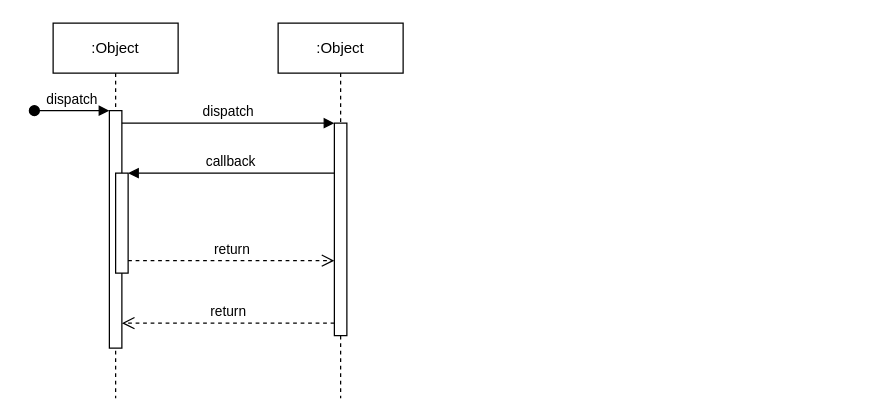
Before: 数据共享顺序图.drawio in MaggieZhao-0711/SimpleBlockChain, a draw.io diagram. Source tidied: cells renumbered, new cells numbered last; positions are measured from the earlier drawing's top-left corner, leaving out a move shared by most shapes. Both pictures are drawn from the tidied source at 125%, with x=0, y=0 at pixel (34, 22).
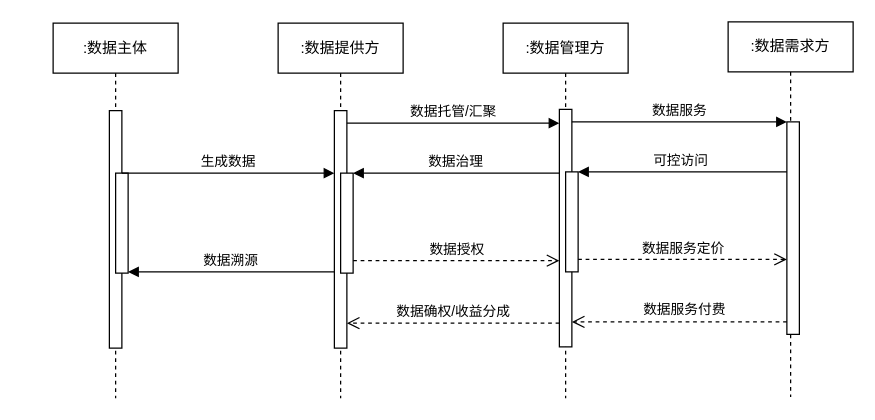
After the change.

Commit message:
更新数据共享顺序图.drawio

Unchanged cells that the change refers to:
```xml
<mxCell id="3" style="html=1;points=[];perimeter=orthogonalPerimeter;outlineConnect=0;targetShapes=umlLifeline;portConstraint=eastwest;newEdgeStyle={&quot;edgeStyle&quot;:&quot;elbowEdgeStyle&quot;,&quot;elbow&quot;:&quot;vertical&quot;,&quot;curved&quot;:0,&quot;rounded&quot;:0};" parent="2" vertex="1">
  <mxGeometry x="45" y="70" width="10" height="190" as="geometry" />
</mxCell>
<mxCell id="5" style="html=1;points=[];perimeter=orthogonalPerimeter;outlineConnect=0;targetShapes=umlLifeline;portConstraint=eastwest;newEdgeStyle={&quot;edgeStyle&quot;:&quot;elbowEdgeStyle&quot;,&quot;elbow&quot;:&quot;vertical&quot;,&quot;curved&quot;:0,&quot;rounded&quot;:0};" parent="2" vertex="1">
  <mxGeometry x="50" y="120" width="10" height="80" as="geometry" />
</mxCell>
```

What changed in the source:
```diff
@@
-    <mxCell id="2" value=":Object" style="shape=umlLifeline;perimeter=lifelinePerimeter;whiteSpace=wrap;html=1;newEdgeStyle={&quot;edgeStyle&quot;:&quot;elbowEdgeStyle&quot;,&quot;elbow&quot;:&quot;vertical&quot;,&quot;curved&quot;:0,&quot;rounded&quot;:0};" parent="1" vertex="1">
+    <mxCell id="2" value=":数据主体" style="shape=umlLifeline;perimeter=lifelinePerimeter;whiteSpace=wrap;html=1;newEdgeStyle={&quot;edgeStyle&quot;:&quot;elbowEdgeStyle&quot;,&quot;elbow&quot;:&quot;vertical&quot;,&quot;curved&quot;:0,&quot;rounded&quot;:0};" parent="1" vertex="1">
       <mxGeometry x="15" width="100" height="300" as="geometry" />
     </mxCell>
@@
-    <mxCell id="4" value="dispatch" style="html=1;verticalAlign=bottom;startArrow=oval;endArrow=block;startSize=8;edgeStyle=elbowEdgeStyle;elbow=vertical;curved=0;rounded=0;" parent="2" edge="1" target="3">
-      <mxGeometry relative="1" as="geometry">
-        <mxPoint x="-15" y="70" as="sourcePoint" />
-      </mxGeometry>
-    </mxCell>
@@
-    <mxCell id="6" value=":Object" style="shape=umlLifeline;perimeter=lifelinePerimeter;whiteSpace=wrap;html=1;newEdgeStyle={&quot;edgeStyle&quot;:&quot;elbowEdgeStyle&quot;,&quot;elbow&quot;:&quot;vertical&quot;,&quot;curved&quot;:0,&quot;rounded&quot;:0};" parent="1" vertex="1">
+    <mxCell id="6" value=":数据提供方" style="shape=umlLifeline;perimeter=lifelinePerimeter;whiteSpace=wrap;html=1;newEdgeStyle={&quot;edgeStyle&quot;:&quot;elbowEdgeStyle&quot;,&quot;elbow&quot;:&quot;vertical&quot;,&quot;curved&quot;:0,&quot;rounded&quot;:0};" parent="1" vertex="1">
       <mxGeometry x="195" width="100" height="300" as="geometry" />
     </mxCell>
-    <mxCell id="7" style="html=1;points=[];perimeter=orthogonalPerimeter;outlineConnect=0;targetShapes=umlLifeline;portConstraint=eastwest;newEdgeStyle={&quot;edgeStyle&quot;:&quot;elbowEdgeStyle&quot;,&quot;elbow&quot;:&quot;vertical&quot;,&quot;curved&quot;:0,&quot;rounded&quot;:0};" parent="6" vertex="1">
-      <mxGeometry x="45" y="80" width="10" height="170" as="geometry" />
-    </mxCell>
-    <mxCell id="8" value="dispatch" style="html=1;verticalAlign=bottom;endArrow=block;edgeStyle=elbowEdgeStyle;elbow=vertical;curved=0;rounded=0;" parent="1" edge="1" source="3" target="7">
+    <mxCell id="8" value="生成数据" style="html=1;verticalAlign=bottom;endArrow=block;edgeStyle=elbowEdgeStyle;elbow=vertical;curved=0;rounded=0;" parent="1" edge="1">
       <mxGeometry relative="1" as="geometry">
+        <mxPoint x="70" y="120" as="sourcePoint" />
+        <mxPoint x="240" y="120" as="targetPoint" />
         <Array as="points">
-          <mxPoint x="155" y="80" />
+          <mxPoint x="155" y="120" />
         </Array>
       </mxGeometry>
     </mxCell>
-    <mxCell id="9" value="return" style="html=1;verticalAlign=bottom;endArrow=open;dashed=1;endSize=8;edgeStyle=elbowEdgeStyle;elbow=vertical;curved=0;rounded=0;" parent="1" edge="1" source="7" target="3">
-      <mxGeometry relative="1" as="geometry">
-        <Array as="points">
-          <mxPoint x="165" y="240" />
-        </Array>
-      </mxGeometry>
-    </mxCell>
-    <mxCell id="10" value="callback" style="html=1;verticalAlign=bottom;endArrow=block;edgeStyle=elbowEdgeStyle;elbow=vertical;curved=0;rounded=0;" parent="1" edge="1" source="7" target="5">
+    <mxCell id="10" value="数据溯源" style="html=1;verticalAlign=bottom;endArrow=block;edgeStyle=elbowEdgeStyle;elbow=vertical;curved=0;rounded=0;" parent="1" edge="1">
       <mxGeometry relative="1" as="geometry">
+        <mxPoint x="240" y="199" as="sourcePoint" />
+        <mxPoint x="75" y="199" as="targetPoint" />
         <Array as="points">
-          <mxPoint x="165" y="120" />
+          <mxPoint x="165" y="199" />
         </Array>
       </mxGeometry>
     </mxCell>
-    <mxCell id="11" value="return" style="html=1;verticalAlign=bottom;endArrow=open;dashed=1;endSize=8;edgeStyle=elbowEdgeStyle;elbow=vertical;curved=0;rounded=0;" parent="1" edge="1" source="5" target="7">
-      <mxGeometry relative="1" as="geometry">
-        <Array as="points">
-          <mxPoint x="155" y="190" />
-        </Array>
-      </mxGeometry>
-    </mxCell>
+    <mxCell id="12" style="html=1;points=[];perimeter=orthogonalPerimeter;outlineConnect=0;targetShapes=umlLifeline;portConstraint=eastwest;newEdgeStyle={&quot;edgeStyle&quot;:&quot;elbowEdgeStyle&quot;,&quot;elbow&quot;:&quot;vertical&quot;,&quot;curved&quot;:0,&quot;rounded&quot;:0};" parent="1" vertex="1">
+      <mxGeometry x="240" y="70" width="10" height="190" as="geometry" />
+    </mxCell>
+    <mxCell id="13" style="html=1;points=[];perimeter=orthogonalPerimeter;outlineConnect=0;targetShapes=umlLifeline;portConstraint=eastwest;newEdgeStyle={&quot;edgeStyle&quot;:&quot;elbowEdgeStyle&quot;,&quot;elbow&quot;:&quot;vertical&quot;,&quot;curved&quot;:0,&quot;rounded&quot;:0};" parent="1" vertex="1">
+      <mxGeometry x="245" y="120" width="10" height="80" as="geometry" />
+    </mxCell>
+    <mxCell id="14" value=":数据管理方" style="shape=umlLifeline;perimeter=lifelinePerimeter;whiteSpace=wrap;html=1;newEdgeStyle={&quot;edgeStyle&quot;:&quot;elbowEdgeStyle&quot;,&quot;elbow&quot;:&quot;vertical&quot;,&quot;curved&quot;:0,&quot;rounded&quot;:0};" parent="1" vertex="1">
+      <mxGeometry x="375" width="100" height="300" as="geometry" />
+    </mxCell>
+    <mxCell id="15" value="数据托管/汇聚" style="html=1;verticalAlign=bottom;endArrow=block;edgeStyle=elbowEdgeStyle;elbow=vertical;curved=0;rounded=0;" parent="1" edge="1" source="12">
+      <mxGeometry relative="1" as="geometry">
+        <mxPoint x="420" y="80" as="targetPoint" />
+        <Array as="points">
+          <mxPoint x="335" y="80" />
+        </Array>
+      </mxGeometry>
+    </mxCell>
+    <mxCell id="16" value="数据确权/收益分成" style="html=1;verticalAlign=bottom;endArrow=open;dashed=1;endSize=8;edgeStyle=elbowEdgeStyle;elbow=vertical;curved=0;rounded=0;" parent="1" edge="1" target="12">
+      <mxGeometry relative="1" as="geometry">
+        <mxPoint x="420" y="240" as="sourcePoint" />
+        <Array as="points">
+          <mxPoint x="345" y="240" />
+        </Array>
+      </mxGeometry>
+    </mxCell>
+    <mxCell id="17" value="数据治理" style="html=1;verticalAlign=bottom;endArrow=block;edgeStyle=elbowEdgeStyle;elbow=vertical;curved=0;rounded=0;" parent="1" edge="1" target="13">
+      <mxGeometry relative="1" as="geometry">
+        <mxPoint x="420" y="120" as="sourcePoint" />
+        <Array as="points">
+          <mxPoint x="345" y="120" />
+        </Array>
+      </mxGeometry>
+    </mxCell>
+    <mxCell id="18" value="数据授权" style="html=1;verticalAlign=bottom;endArrow=open;dashed=1;endSize=8;edgeStyle=elbowEdgeStyle;elbow=vertical;curved=0;rounded=0;" parent="1" edge="1" source="13">
+      <mxGeometry relative="1" as="geometry">
+        <mxPoint x="420" y="190" as="targetPoint" />
+        <Array as="points">
+          <mxPoint x="335" y="190" />
+        </Array>
+      </mxGeometry>
+    </mxCell>
+    <mxCell id="19" style="html=1;points=[];perimeter=orthogonalPerimeter;outlineConnect=0;targetShapes=umlLifeline;portConstraint=eastwest;newEdgeStyle={&quot;edgeStyle&quot;:&quot;elbowEdgeStyle&quot;,&quot;elbow&quot;:&quot;vertical&quot;,&quot;curved&quot;:0,&quot;rounded&quot;:0};" parent="1" vertex="1">
+      <mxGeometry x="420" y="69" width="10" height="190" as="geometry" />
+    </mxCell>
+    <mxCell id="20" style="html=1;points=[];perimeter=orthogonalPerimeter;outlineConnect=0;targetShapes=umlLifeline;portConstraint=eastwest;newEdgeStyle={&quot;edgeStyle&quot;:&quot;elbowEdgeStyle&quot;,&quot;elbow&quot;:&quot;vertical&quot;,&quot;curved&quot;:0,&quot;rounded&quot;:0};" parent="1" vertex="1">
+      <mxGeometry x="425" y="119" width="10" height="80" as="geometry" />
+    </mxCell>
+    <mxCell id="21" value=":数据需求方" style="shape=umlLifeline;perimeter=lifelinePerimeter;whiteSpace=wrap;html=1;newEdgeStyle={&quot;edgeStyle&quot;:&quot;elbowEdgeStyle&quot;,&quot;elbow&quot;:&quot;vertical&quot;,&quot;curved&quot;:0,&quot;rounded&quot;:0};" parent="1" vertex="1">
+      <mxGeometry x="555" y="-1" width="100" height="300" as="geometry" />
+    </mxCell>
+    <mxCell id="22" style="html=1;points=[];perimeter=orthogonalPerimeter;outlineConnect=0;targetShapes=umlLifeline;portConstraint=eastwest;newEdgeStyle={&quot;edgeStyle&quot;:&quot;elbowEdgeStyle&quot;,&quot;elbow&quot;:&quot;vertical&quot;,&quot;curved&quot;:0,&quot;rounded&quot;:0};" parent="21" vertex="1">
+      <mxGeometry x="47" y="80" width="10" height="170" as="geometry" />
+    </mxCell>
+    <mxCell id="23" value="数据服务" style="html=1;verticalAlign=bottom;endArrow=block;edgeStyle=elbowEdgeStyle;elbow=vertical;curved=0;rounded=0;" parent="1" edge="1" source="19" target="22">
+      <mxGeometry relative="1" as="geometry">
+        <Array as="points">
+          <mxPoint x="515" y="79" />
+        </Array>
+      </mxGeometry>
+    </mxCell>
+    <mxCell id="24" style="html=1;verticalAlign=bottom;endArrow=open;dashed=1;endSize=8;edgeStyle=elbowEdgeStyle;elbow=vertical;curved=0;rounded=0;" parent="1" edge="1" source="22" target="19">
+      <mxGeometry x="-0.34" y="-19" relative="1" as="geometry">
+        <Array as="points">
+          <mxPoint x="525" y="239" />
+        </Array>
+      </mxGeometry>
+    </mxCell>
+    <mxCell id="25" style="html=1;verticalAlign=bottom;endArrow=block;edgeStyle=elbowEdgeStyle;elbow=vertical;curved=0;rounded=0;" parent="1" edge="1" source="22" target="20">
+      <mxGeometry x="0.04" y="-9" relative="1" as="geometry">
+        <Array as="points">
+          <mxPoint x="525" y="119" />
+        </Array>
+      </mxGeometry>
+    </mxCell>
+    <mxCell id="26" value="数据服务定价" style="html=1;verticalAlign=bottom;endArrow=open;dashed=1;endSize=8;edgeStyle=elbowEdgeStyle;elbow=vertical;curved=0;rounded=0;" parent="1" edge="1" source="20" target="22">
+      <mxGeometry relative="1" as="geometry">
+        <Array as="points">
+          <mxPoint x="515" y="189" />
+        </Array>
+      </mxGeometry>
+    </mxCell>
+    <mxCell id="27" value="&lt;font style=&quot;font-size: 11px;&quot;&gt;数据服务付费&lt;/font&gt;" style="text;html=1;align=center;verticalAlign=middle;strokeColor=none;fillColor=none;" parent="1" vertex="1">
+      <mxGeometry x="475" y="214" width="90" height="30" as="geometry" />
+    </mxCell>
+    <mxCell id="28" value="&lt;span style=&quot;font-size: 11px;&quot;&gt;可控访问&lt;/span&gt;" style="text;html=1;align=center;verticalAlign=middle;strokeColor=none;fillColor=none;" parent="1" vertex="1">
+      <mxGeometry x="482" y="95" width="70" height="30" as="geometry" />
+    </mxCell>
```
